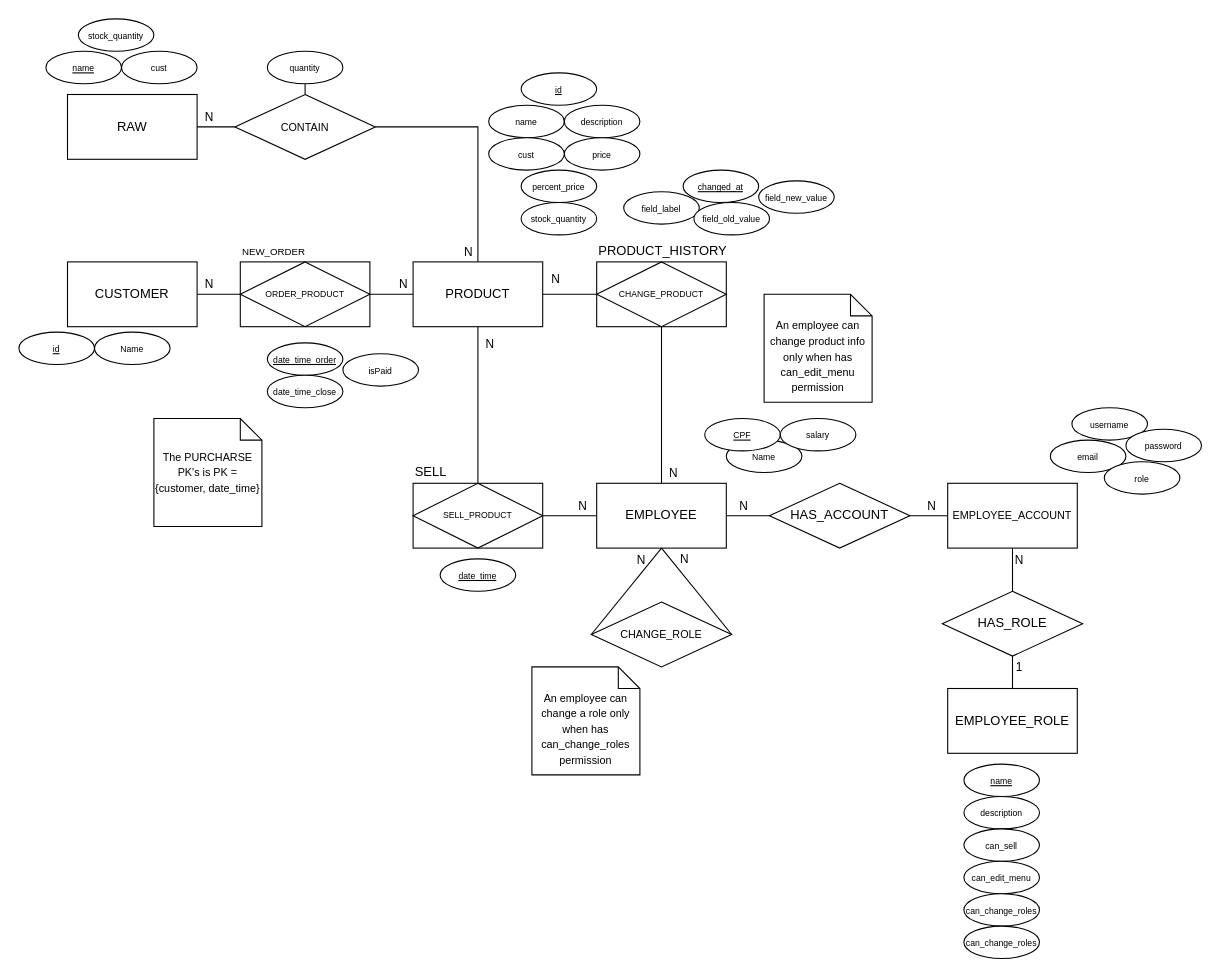
This is page "Diagrama ER" (1 of 2) of database/database.drawio from ikuyorih9/HisamiDoceria, a draw.io file, before an edit. Source tidied: cells renumbered, new cells numbered last; positions are measured from the earlier drawing's top-left corner, leaving out a move shared by most shapes. Both pictures are drawn from the tidied source at 108%, with x=0, y=0 at pixel (18, 18).
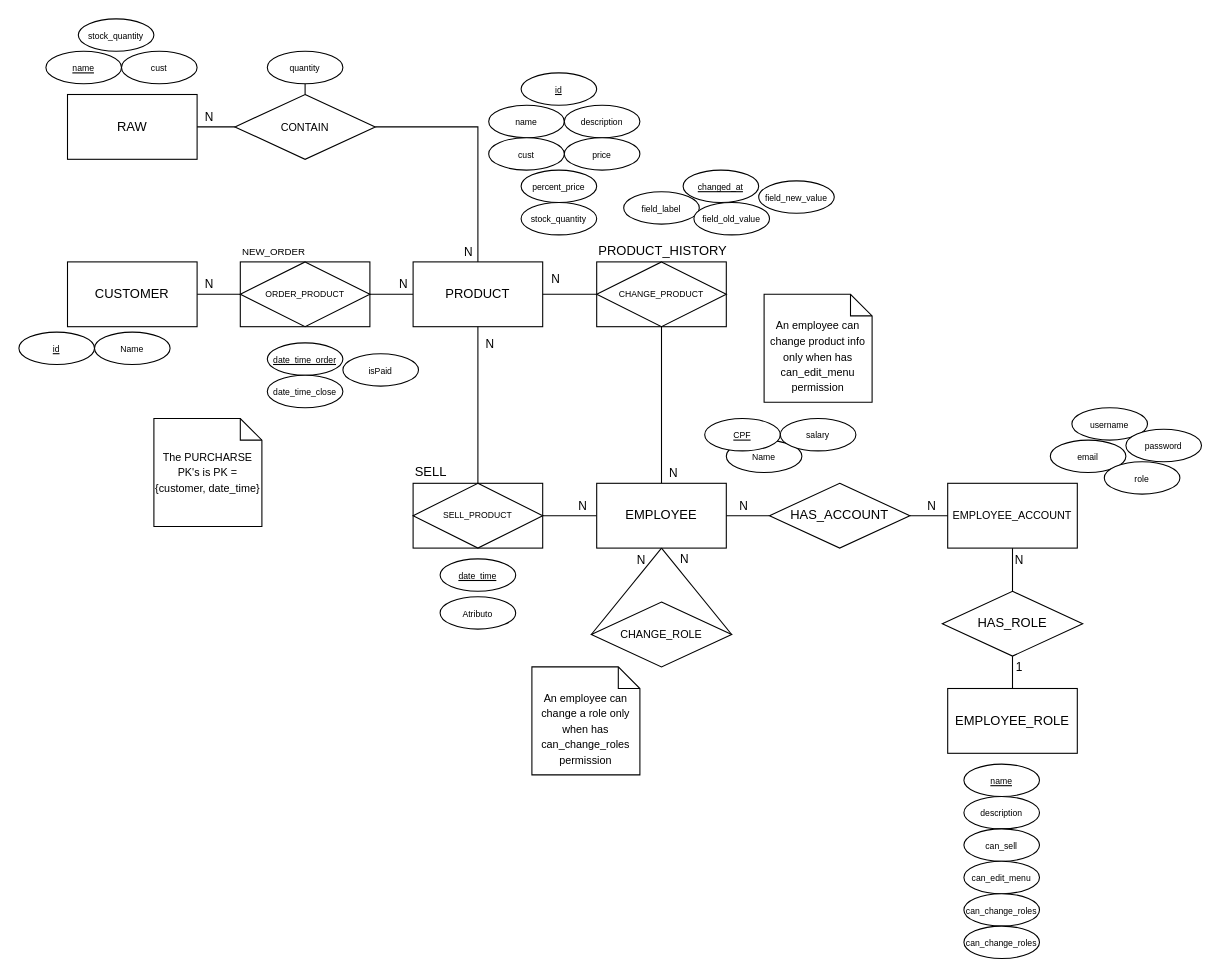
Above is the later version.

What changed in the source:
```diff
@@
+    <mxCell id="89" value="&lt;font style=&quot;font-size: 8px; line-height: 80%;&quot;&gt;Atributo&lt;/font&gt;" style="ellipse;whiteSpace=wrap;html=1;align=center;" parent="1" vertex="1">
+      <mxGeometry x="390" y="535" width="70" height="30" as="geometry" />
+    </mxCell>
```
